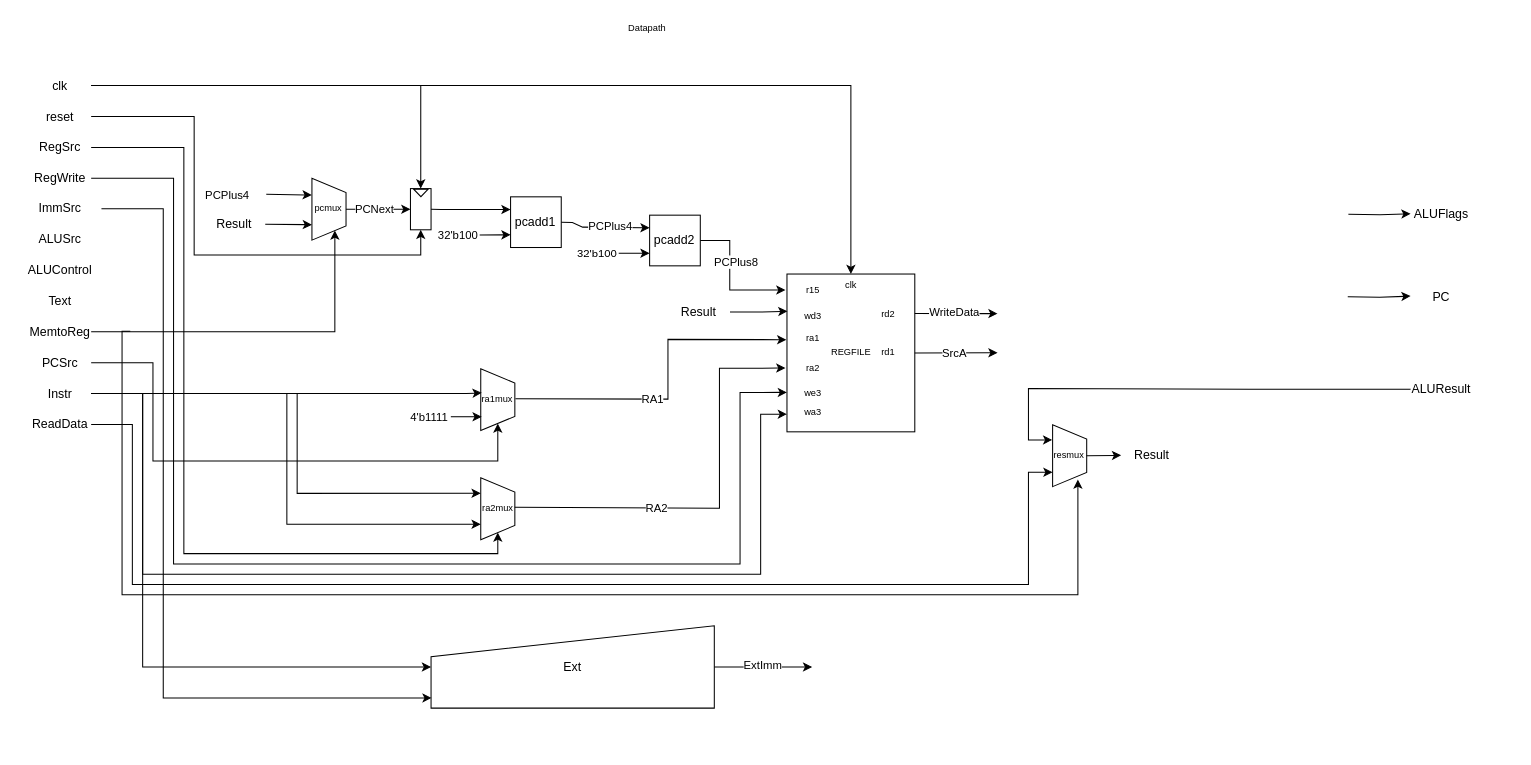
Earlier version of the draw.io diagram ARM Single.drawio (pgpsouza/ARM_single.sv-hardware-schematic-). Source tidied: cells renumbered, new cells numbered last; positions are measured from the earlier drawing's top-left corner, leaving out a move shared by most shapes. Both pictures are drawn from the tidied source at 103%, with x=0, y=0 at pixel (29, 18).
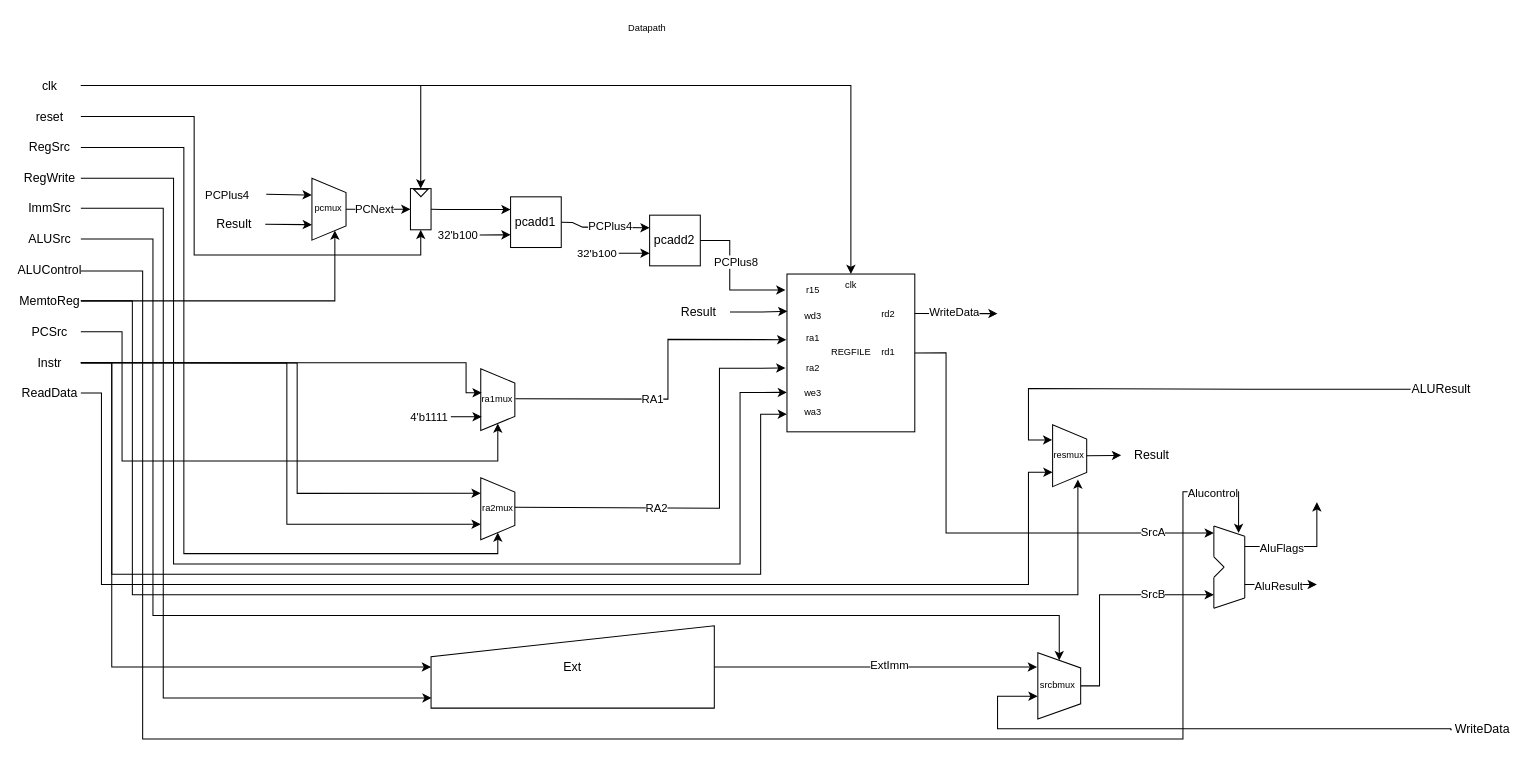
Above is the later version.

Commit message (it also covers changes not shown here):
ADDED: Alu logic

Unchanged cells that the change refers to:
```xml
<mxCell id="36" style="verticalLabelPosition=middle;verticalAlign=middle;html=1;shape=trapezoid;perimeter=trapezoidPerimeter;whiteSpace=wrap;size=0.23;arcSize=10;flipV=1;labelPosition=center;align=center;fillColor=none;rotation=-90;" parent="1" vertex="1">
  <mxGeometry x="260.9" y="169.1" width="60" height="33.1" as="geometry" />
</mxCell>
<mxCell id="53" style="verticalLabelPosition=middle;verticalAlign=middle;html=1;shape=trapezoid;perimeter=trapezoidPerimeter;whiteSpace=wrap;size=0.23;arcSize=10;flipV=1;labelPosition=center;align=center;fillColor=none;rotation=-90;" parent="1" vertex="1">
  <mxGeometry x="424.8" y="354" width="60" height="33.1" as="geometry" />
</mxCell>
<mxCell id="55" style="verticalLabelPosition=middle;verticalAlign=middle;html=1;shape=trapezoid;perimeter=trapezoidPerimeter;whiteSpace=wrap;size=0.23;arcSize=10;flipV=1;labelPosition=center;align=center;fillColor=none;rotation=-90;" parent="1" vertex="1">
  <mxGeometry x="424.8" y="459.9" width="60" height="33.1" as="geometry" />
</mxCell>
<mxCell id="65" style="rounded=0;whiteSpace=wrap;html=1;rotation=90;fillColor=none;" parent="1" vertex="1">
  <mxGeometry x="721" y="263.1" width="153.2" height="124.1" as="geometry" />
</mxCell>
<mxCell id="90" value="Ext" style="shape=manualInput;whiteSpace=wrap;html=1;fillColor=none;" parent="1" vertex="1">
  <mxGeometry x="390" y="590" width="275" height="80" as="geometry" />
</mxCell>
```

Diff of the diagram source:
```diff
@@
     <mxCell id="2" style="edgeStyle=orthogonalEdgeStyle;rounded=0;jettySize=auto;html=1;entryX=0;entryY=0.5;entryDx=0;entryDy=0;exitX=1;exitY=0.5;exitDx=0;exitDy=0;" parent="1" edge="1" source="14" target="53">
       <mxGeometry relative="1" as="geometry">
         <Array as="points">
-          <mxPoint x="120" y="335" />
-          <mxPoint x="120" y="430" />
+          <mxPoint x="90" y="305" />
+          <mxPoint x="90" y="430" />
           <mxPoint x="455" y="430" />
         </Array>
       </mxGeometry>
     </mxCell>
@@
     <mxCell id="4" value="RegSrc" style="text;html=1;align=center;verticalAlign=middle;whiteSpace=wrap;rounded=0;" parent="1" vertex="1">
-      <mxGeometry y="110.6" width="60" height="30" as="geometry" />
+      <mxGeometry x="-10" y="110.6" width="60" height="30" as="geometry" />
     </mxCell>
-    <mxCell id="5" style="edgeStyle=orthogonalEdgeStyle;rounded=0;jettySize=auto;html=1;exitX=1;exitY=0.5;exitDx=0;exitDy=0;entryX=0.002;entryY=0.876;entryDx=0;entryDy=0;entryPerimeter=0;" parent="1" edge="1" target="90">
+    <mxCell id="5" style="edgeStyle=orthogonalEdgeStyle;rounded=0;jettySize=auto;html=1;exitX=1;exitY=0.5;exitDx=0;exitDy=0;entryX=0.002;entryY=0.876;entryDx=0;entryDy=0;entryPerimeter=0;" parent="1" edge="1" source="6" target="90">
       <mxGeometry relative="1" as="geometry">
-        <mxPoint x="70" y="185.2" as="sourcePoint" />
         <Array as="points">
           <mxPoint x="130" y="185" />
           <mxPoint x="130" y="660" />
         </Array>
       </mxGeometry>
     </mxCell>
     <mxCell id="6" value="ImmSrc" style="text;html=1;align=center;verticalAlign=middle;whiteSpace=wrap;rounded=0;" parent="1" vertex="1">
-      <mxGeometry y="169.6" width="60" height="30" as="geometry" />
+      <mxGeometry x="-10" y="169.6" width="60" height="30" as="geometry" />
     </mxCell>
+    <mxCell id="91" style="edgeStyle=orthogonalEdgeStyle;rounded=0;jettySize=auto;html=1;entryX=1;entryY=0.5;entryDx=0;entryDy=0;" parent="1" edge="1" source="7" target="103">
+      <mxGeometry relative="1" as="geometry">
+        <Array as="points">
+          <mxPoint x="120" y="215" />
+          <mxPoint x="120" y="580" />
+          <mxPoint x="999" y="580" />
+        </Array>
+      </mxGeometry>
+    </mxCell>
     <mxCell id="7" value="ALUSrc" style="text;html=1;align=center;verticalAlign=middle;whiteSpace=wrap;rounded=0;" parent="1" vertex="1">
-      <mxGeometry y="199.6" width="60" height="30" as="geometry" />
+      <mxGeometry x="-10" y="199.6" width="60" height="30" as="geometry" />
     </mxCell>
@@
     <mxCell id="9" value="reset" style="text;html=1;align=center;verticalAlign=middle;whiteSpace=wrap;rounded=0;" parent="1" vertex="1">
-      <mxGeometry y="80.6" width="60" height="30" as="geometry" />
+      <mxGeometry x="-10" y="80.6" width="60" height="30" as="geometry" />
     </mxCell>
-    <mxCell id="10" value="Text" style="text;html=1;align=center;verticalAlign=middle;whiteSpace=wrap;rounded=0;" parent="1" vertex="1">
-      <mxGeometry y="259.6" width="60" height="30" as="geometry" />
-    </mxCell>
-    <mxCell id="11" style="edgeStyle=orthogonalEdgeStyle;rounded=0;orthogonalLoop=1;jettySize=auto;html=1;exitX=1;exitY=0.5;exitDx=0;exitDy=0;entryX=0;entryY=0.5;entryDx=0;entryDy=0;" parent="1" edge="1">
+    <mxCell id="11" style="edgeStyle=orthogonalEdgeStyle;rounded=0;jettySize=auto;html=1;exitX=1;exitY=0.5;exitDx=0;exitDy=0;entryX=0;entryY=0.5;entryDx=0;entryDy=0;" parent="1" edge="1" source="12">
       <mxGeometry relative="1" as="geometry">
-        <mxPoint x="98" y="304.1" as="sourcePoint" />
         <mxPoint x="1018" y="448.1" as="targetPoint" />
         <Array as="points">
-          <mxPoint x="90" y="304" />
-          <mxPoint x="90" y="560" />
+          <mxPoint x="100" y="275" />
+          <mxPoint x="100" y="560" />
           <mxPoint x="1018" y="560" />
         </Array>
       </mxGeometry>
     </mxCell>
     <mxCell id="12" value="MemtoReg" style="text;html=1;align=center;verticalAlign=middle;whiteSpace=wrap;rounded=0;" parent="1" vertex="1">
-      <mxGeometry y="289.6" width="60" height="30" as="geometry" />
+      <mxGeometry x="-10" y="259.6" width="60" height="30" as="geometry" />
     </mxCell>
     <mxCell id="13" style="edgeStyle=orthogonalEdgeStyle;rounded=0;jettySize=auto;html=1;entryX=0;entryY=0.75;entryDx=0;entryDy=0;exitX=1;exitY=0.5;exitDx=0;exitDy=0;" parent="1" edge="1" source="12" target="36">
       <mxGeometry relative="1" as="geometry">
         <Array as="points">
-          <mxPoint x="297" y="304" />
+          <mxPoint x="297" y="275" />
         </Array>
       </mxGeometry>
     </mxCell>
     <mxCell id="14" value="PCSrc" style="text;html=1;align=center;verticalAlign=middle;whiteSpace=wrap;rounded=0;" parent="1" vertex="1">
-      <mxGeometry y="319.6" width="60" height="30" as="geometry" />
+      <mxGeometry x="-10" y="289.6" width="60" height="30" as="geometry" />
     </mxCell>
+    <mxCell id="92" style="edgeStyle=orthogonalEdgeStyle;rounded=0;jettySize=auto;html=1;exitX=0.998;exitY=0.534;exitDx=0;exitDy=0;exitPerimeter=0;" parent="1" edge="1" source="15">
+      <mxGeometry relative="1" as="geometry">
+        <mxPoint x="1174" y="500" as="targetPoint" />
+        <Array as="points">
+          <mxPoint x="110" y="246" />
+          <mxPoint x="110" y="700" />
+          <mxPoint x="1120" y="700" />
+          <mxPoint x="1120" y="460" />
+          <mxPoint x="1174" y="460" />
+        </Array>
+      </mxGeometry>
+    </mxCell>
+    <mxCell id="93" value="Alucontrol" style="edgeLabel;html=1;align=center;verticalAlign=middle;" parent="92" vertex="1">
+      <mxGeometry x="0.93" y="-1" relative="1" as="geometry" />
+    </mxCell>
     <mxCell id="15" value="ALUControl" style="text;html=1;align=center;verticalAlign=middle;whiteSpace=wrap;rounded=0;" parent="1" vertex="1">
-      <mxGeometry y="229.6" width="60" height="30" as="geometry" />
+      <mxGeometry x="-10" y="229.6" width="60" height="30" as="geometry" />
     </mxCell>
-    <mxCell id="16" style="edgeStyle=orthogonalEdgeStyle;rounded=0;jettySize=auto;html=1;entryX=0.75;entryY=0;entryDx=0;entryDy=0;" parent="1" edge="1" source="20" target="55">
+    <mxCell id="16" style="edgeStyle=orthogonalEdgeStyle;rounded=0;jettySize=auto;html=1;entryX=0.75;entryY=0;entryDx=0;entryDy=0;exitX=1;exitY=0.5;exitDx=0;exitDy=0;" parent="1" edge="1" source="20" target="55">
       <mxGeometry relative="1" as="geometry">
         <Array as="points">
-          <mxPoint x="260" y="364" />
-          <mxPoint x="260" y="462" />
+          <mxPoint x="60" y="335" />
+          <mxPoint x="260" y="335" />
+          <mxPoint x="260" y="461" />
         </Array>
       </mxGeometry>
     </mxCell>
     <mxCell id="17" style="edgeStyle=orthogonalEdgeStyle;rounded=0;jettySize=auto;html=1;exitX=1;exitY=0.5;exitDx=0;exitDy=0;entryX=0.25;entryY=0;entryDx=0;entryDy=0;" parent="1" edge="1" source="20" target="55">
       <mxGeometry relative="1" as="geometry">
         <Array as="points">
-          <mxPoint x="250" y="364" />
+          <mxPoint x="60" y="335" />
+          <mxPoint x="250" y="335" />
           <mxPoint x="250" y="491" />
         </Array>
       </mxGeometry>
     </mxCell>
@@
     <mxCell id="19" style="edgeStyle=orthogonalEdgeStyle;rounded=0;jettySize=auto;html=1;exitX=1;exitY=0.5;exitDx=0;exitDy=0;entryX=0;entryY=0.5;entryDx=0;entryDy=0;" parent="1" edge="1" source="20" target="90">
       <mxGeometry relative="1" as="geometry">
         <Array as="points">
-          <mxPoint x="110" y="365" />
-          <mxPoint x="110" y="630" />
+          <mxPoint x="80" y="335" />
+          <mxPoint x="80" y="630" />
         </Array>
       </mxGeometry>
     </mxCell>
     <mxCell id="20" value="Instr" style="text;html=1;align=center;verticalAlign=middle;whiteSpace=wrap;rounded=0;" parent="1" vertex="1">
-      <mxGeometry y="349.6" width="60" height="30" as="geometry" />
+      <mxGeometry x="-10" y="319.6" width="60" height="30" as="geometry" />
     </mxCell>
     <mxCell id="21" style="edgeStyle=orthogonalEdgeStyle;rounded=0;jettySize=auto;html=1;exitX=1;exitY=0.5;exitDx=0;exitDy=0;entryX=0.25;entryY=0;entryDx=0;entryDy=0;" parent="1" edge="1" source="22">
       <mxGeometry relative="1" as="geometry">
         <mxPoint x="993.4" y="441" as="targetPoint" />
         <Array as="points">
-          <mxPoint x="100" y="395" />
-          <mxPoint x="100" y="550" />
+          <mxPoint x="70" y="364" />
+          <mxPoint x="70" y="550" />
           <mxPoint x="970" y="550" />
           <mxPoint x="970" y="441" />
         </Array>
       </mxGeometry>
     </mxCell>
     <mxCell id="22" value="ReadData" style="text;html=1;align=center;verticalAlign=middle;whiteSpace=wrap;rounded=0;" parent="1" vertex="1">
-      <mxGeometry y="379.6" width="60" height="30" as="geometry" />
+      <mxGeometry x="-10" y="349.1" width="60" height="30" as="geometry" />
     </mxCell>
@@
     <mxCell id="24" value="clk" style="text;html=1;align=center;verticalAlign=middle;whiteSpace=wrap;rounded=0;" parent="1" vertex="1">
-      <mxGeometry y="50.6" width="60" height="30" as="geometry" />
+      <mxGeometry x="-10" y="50.6" width="60" height="30" as="geometry" />
     </mxCell>
@@
-    <mxCell id="28" style="edgeStyle=orthogonalEdgeStyle;rounded=0;orthogonalLoop=1;jettySize=auto;html=1;exitX=1;exitY=0.75;exitDx=0;exitDy=0;" parent="1" edge="1">
-      <mxGeometry relative="1" as="geometry">
-        <mxPoint x="1280" y="270.6" as="sourcePoint" />
-        <mxPoint x="1341" y="270" as="targetPoint" />
-      </mxGeometry>
-    </mxCell>
-    <mxCell id="29" value="PC" style="text;html=1;align=center;verticalAlign=middle;whiteSpace=wrap;rounded=0;" parent="1" vertex="1">
-      <mxGeometry x="1341" y="255.6" width="60" height="30" as="geometry" />
-    </mxCell>
-    <mxCell id="30" style="edgeStyle=orthogonalEdgeStyle;rounded=0;orthogonalLoop=1;jettySize=auto;html=1;exitX=1.001;exitY=0.214;exitDx=0;exitDy=0;exitPerimeter=0;" parent="1" edge="1">
-      <mxGeometry relative="1" as="geometry">
-        <mxPoint x="1280.6" y="190.5" as="sourcePoint" />
-        <mxPoint x="1341" y="190" as="targetPoint" />
-      </mxGeometry>
-    </mxCell>
-    <mxCell id="31" value="ALUFlags" style="text;html=1;align=center;verticalAlign=middle;whiteSpace=wrap;rounded=0;" parent="1" vertex="1">
-      <mxGeometry x="1341" y="175.6" width="60" height="30" as="geometry" />
-    </mxCell>
@@
     <mxCell id="58" value="RegWrite" style="text;html=1;align=center;verticalAlign=middle;whiteSpace=wrap;rounded=0;" parent="1" vertex="1">
-      <mxGeometry y="140.6" width="60" height="30" as="geometry" />
+      <mxGeometry x="-10" y="140.6" width="60" height="30" as="geometry" />
     </mxCell>
@@
     <mxCell id="66" style="edgeStyle=orthogonalEdgeStyle;rounded=0;jettySize=auto;html=1;exitX=1;exitY=0.5;exitDx=0;exitDy=0;entryX=0.888;entryY=1;entryDx=0;entryDy=0;entryPerimeter=0;" parent="1" edge="1" source="20" target="65">
       <mxGeometry relative="1" as="geometry">
         <Array as="points">
-          <mxPoint x="110" y="365" />
-          <mxPoint x="110" y="540" />
+          <mxPoint x="80" y="335" />
+          <mxPoint x="80" y="540" />
           <mxPoint x="710" y="540" />
-          <mxPoint x="710" y="384" />
+          <mxPoint x="710" y="385" />
         </Array>
       </mxGeometry>
     </mxCell>
@@
     <mxCell id="70" style="endArrow=classic;html=1;rounded=0;exitX=0.5;exitY=0;exitDx=0;exitDy=0;" parent="1" edge="1" source="65">
       <mxGeometry relative="1" as="geometry">
-        <mxPoint x="940" y="325" as="targetPoint" />
+        <mxPoint x="1150" y="500" as="targetPoint" />
+        <Array as="points">
+          <mxPoint x="890" y="325" />
+          <mxPoint x="890" y="500" />
+        </Array>
       </mxGeometry>
     </mxCell>
     <mxCell id="71" value="SrcA" style="edgeLabel;html=1;align=center;verticalAlign=middle;" parent="70" vertex="1">
       <mxGeometry x="-0.33" relative="1" as="geometry">
-        <mxPoint x="11" as="offset" />
+        <mxPoint x="200" y="48" as="offset" />
       </mxGeometry>
     </mxCell>
@@
-    <mxCell id="88" style="edgeStyle=orthogonalEdgeStyle;rounded=0;jettySize=auto;html=1;" parent="1" edge="1" source="90">
-      <mxGeometry relative="1" as="geometry">
-        <mxPoint x="760" y="630" as="targetPoint" />
-      </mxGeometry>
+    <mxCell id="88" style="edgeStyle=orthogonalEdgeStyle;rounded=0;jettySize=auto;html=1;entryX=0.783;entryY=1.019;entryDx=0;entryDy=0;entryPerimeter=0;" parent="1" edge="1" source="90" target="103">
+      <mxGeometry relative="1" as="geometry" />
     </mxCell>
     <mxCell id="89" value="ExtImm" style="edgeLabel;html=1;align=center;verticalAlign=middle;" parent="88" vertex="1">
       <mxGeometry x="0.14" y="2" relative="1" as="geometry">
-        <mxPoint x="-7" as="offset" />
+        <mxPoint x="-9" as="offset" />
       </mxGeometry>
     </mxCell>
@@
+    <mxCell id="94" style="endArrow=none;html=1;rounded=0;noJump=0;" parent="1" edge="1">
+      <mxGeometry relative="1" as="geometry">
+        <mxPoint x="1150" y="523.1" as="sourcePoint" />
+        <mxPoint x="1150" y="493.1" as="targetPoint" />
+      </mxGeometry>
+    </mxCell>
+    <mxCell id="95" style="endArrow=none;html=1;rounded=0;noJump=0;" parent="1" edge="1">
+      <mxGeometry relative="1" as="geometry">
+        <mxPoint x="1160" y="533.1" as="sourcePoint" />
+        <mxPoint x="1150" y="523.1" as="targetPoint" />
+      </mxGeometry>
+    </mxCell>
+    <mxCell id="96" style="endArrow=none;html=1;rounded=0;noJump=0;" parent="1" edge="1">
+      <mxGeometry relative="1" as="geometry">
+        <mxPoint x="1150" y="543.1" as="sourcePoint" />
+        <mxPoint x="1160" y="533.1" as="targetPoint" />
+      </mxGeometry>
+    </mxCell>
+    <mxCell id="97" style="endArrow=none;html=1;rounded=0;noJump=0;" parent="1" edge="1">
+      <mxGeometry relative="1" as="geometry">
+        <mxPoint x="1150" y="573.1" as="sourcePoint" />
+        <mxPoint x="1150" y="543.1" as="targetPoint" />
+      </mxGeometry>
+    </mxCell>
+    <mxCell id="98" style="endArrow=none;html=1;rounded=0;noJump=0;" parent="1" edge="1">
+      <mxGeometry relative="1" as="geometry">
+        <mxPoint x="1180" y="503.1" as="sourcePoint" />
+        <mxPoint x="1150" y="493.1" as="targetPoint" />
+      </mxGeometry>
+    </mxCell>
+    <mxCell id="99" style="endArrow=none;html=1;rounded=0;noJump=0;" parent="1" edge="1">
+      <mxGeometry relative="1" as="geometry">
+        <mxPoint x="1180" y="563.1" as="sourcePoint" />
+        <mxPoint x="1150" y="573.1" as="targetPoint" />
+      </mxGeometry>
+    </mxCell>
+    <mxCell id="100" style="endArrow=none;html=1;rounded=0;noJump=0;" parent="1" edge="1">
+      <mxGeometry relative="1" as="geometry">
+        <mxPoint x="1180" y="563.1" as="sourcePoint" />
+        <mxPoint x="1180" y="503.1" as="targetPoint" />
+      </mxGeometry>
+    </mxCell>
+    <mxCell id="101" style="edgeStyle=orthogonalEdgeStyle;rounded=0;jettySize=auto;html=1;exitX=0.5;exitY=1;exitDx=0;exitDy=0;" parent="1" edge="1" source="103">
+      <mxGeometry relative="1" as="geometry">
+        <mxPoint x="1150" y="560" as="targetPoint" />
+        <Array as="points">
+          <mxPoint x="1039" y="648" />
+          <mxPoint x="1039" y="560" />
+        </Array>
+      </mxGeometry>
+    </mxCell>
+    <mxCell id="102" value="SrcB" style="edgeLabel;html=1;align=center;verticalAlign=middle;" parent="101" vertex="1">
+      <mxGeometry x="-0.2" relative="1" as="geometry">
+        <mxPoint x="51" y="-20" as="offset" />
+      </mxGeometry>
+    </mxCell>
+    <mxCell id="103" style="verticalLabelPosition=middle;verticalAlign=middle;html=1;shape=trapezoid;perimeter=trapezoidPerimeter;whiteSpace=wrap;size=0.23;arcSize=10;flipV=1;labelPosition=center;align=center;fillColor=none;rotation=-90;" parent="1" vertex="1">
+      <mxGeometry x="967.7" y="627.6" width="64.4" height="41.6" as="geometry" />
+    </mxCell>
+    <mxCell id="104" value="srcbmux" style="text;html=1;align=center;verticalAlign=middle;whiteSpace=wrap;rounded=0;fontSize=9;" parent="1" vertex="1">
+      <mxGeometry x="983.4" y="642.4" width="31.3" height="12" as="geometry" />
+    </mxCell>
+    <mxCell id="105" value="WriteData" style="text;html=1;align=center;verticalAlign=middle;whiteSpace=wrap;rounded=0;" parent="1" vertex="1">
+      <mxGeometry x="1381" y="676" width="60" height="30" as="geometry" />
+    </mxCell>
+    <mxCell id="106" style="edgeStyle=orthogonalEdgeStyle;rounded=0;jettySize=auto;html=1;entryX=0.246;entryY=1.005;entryDx=0;entryDy=0;entryPerimeter=0;exitX=0;exitY=0.5;exitDx=0;exitDy=0;" parent="1" edge="1" source="105">
+      <mxGeometry relative="1" as="geometry">
+        <mxPoint x="978.9" y="658.4" as="targetPoint" />
+        <Array as="points">
+          <mxPoint x="1380" y="690" />
+          <mxPoint x="940" y="690" />
+          <mxPoint x="940" y="658" />
+        </Array>
+      </mxGeometry>
+    </mxCell>
+    <mxCell id="107" style="endArrow=classic;html=1;rounded=0;" parent="1" edge="1">
+      <mxGeometry relative="1" as="geometry">
+        <mxPoint x="1180" y="513" as="sourcePoint" />
+        <mxPoint x="1250" y="470" as="targetPoint" />
+        <Array as="points">
+          <mxPoint x="1250" y="513" />
+        </Array>
+      </mxGeometry>
+    </mxCell>
+    <mxCell id="108" value="AluFlags" style="edgeLabel;html=1;align=center;verticalAlign=middle;" parent="107" vertex="1">
+      <mxGeometry x="-0.03" y="-1" relative="1" as="geometry">
+        <mxPoint x="-20" as="offset" />
+      </mxGeometry>
+    </mxCell>
+    <mxCell id="109" style="endArrow=classic;html=1;rounded=0;" parent="1" edge="1">
+      <mxGeometry relative="1" as="geometry">
+        <mxPoint x="1180" y="550" as="sourcePoint" />
+        <mxPoint x="1250" y="550" as="targetPoint" />
+      </mxGeometry>
+    </mxCell>
+    <mxCell id="110" value="AluResult" style="edgeLabel;html=1;align=center;verticalAlign=middle;" parent="109" vertex="1">
+      <mxGeometry x="-0.23" y="-1" relative="1" as="geometry">
+        <mxPoint x="5" as="offset" />
+      </mxGeometry>
+    </mxCell>
```
